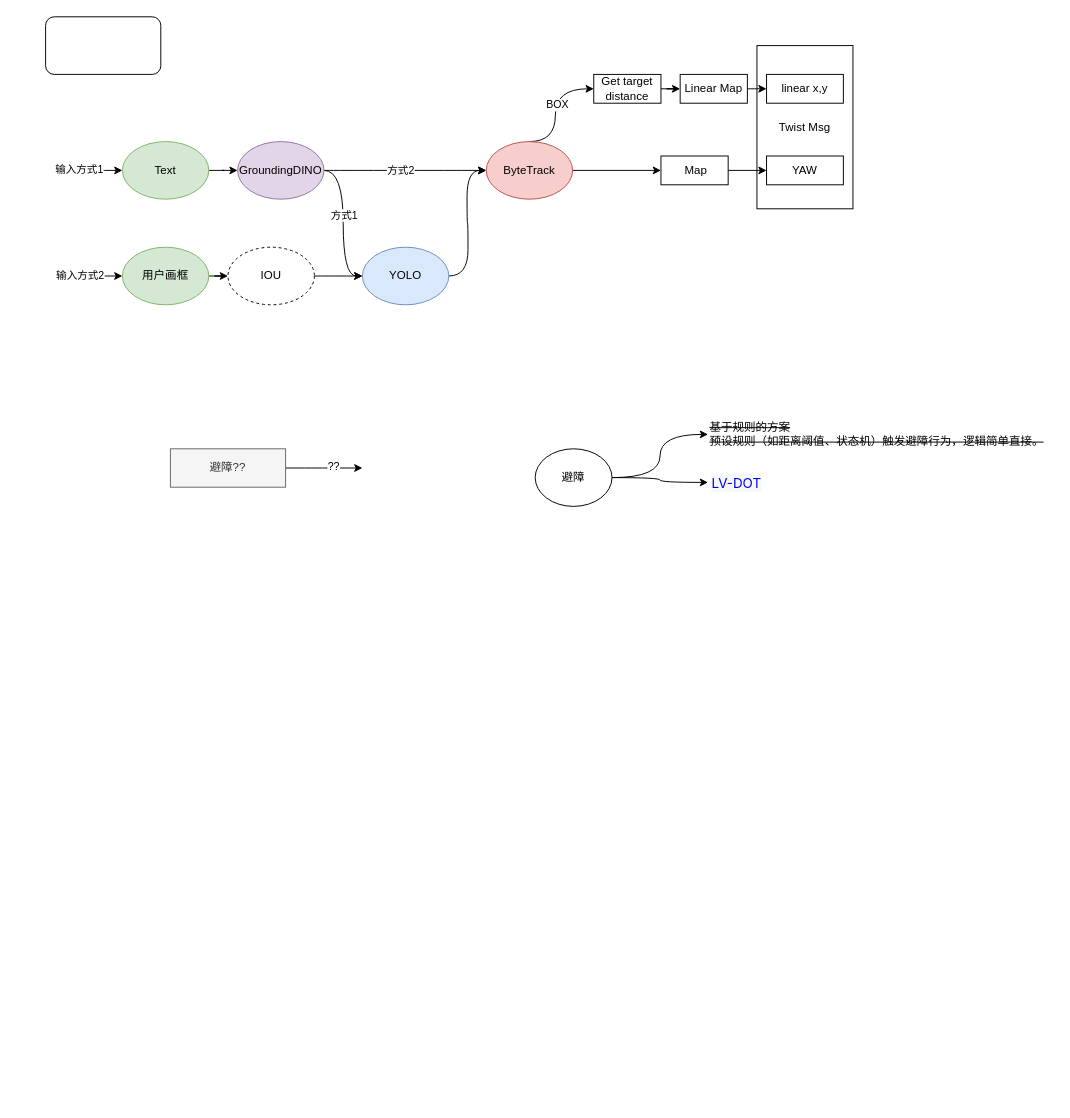
Before: LLM/经典跟踪方法.drawio in mailonghua/drawio, a draw.io diagram. Source tidied: cells renumbered, new cells numbered last; positions are measured from the earlier drawing's top-left corner, leaving out a move shared by most shapes. Both pictures are drawn from the tidied source at 96%, with x=0, y=0 at pixel (45, 16).
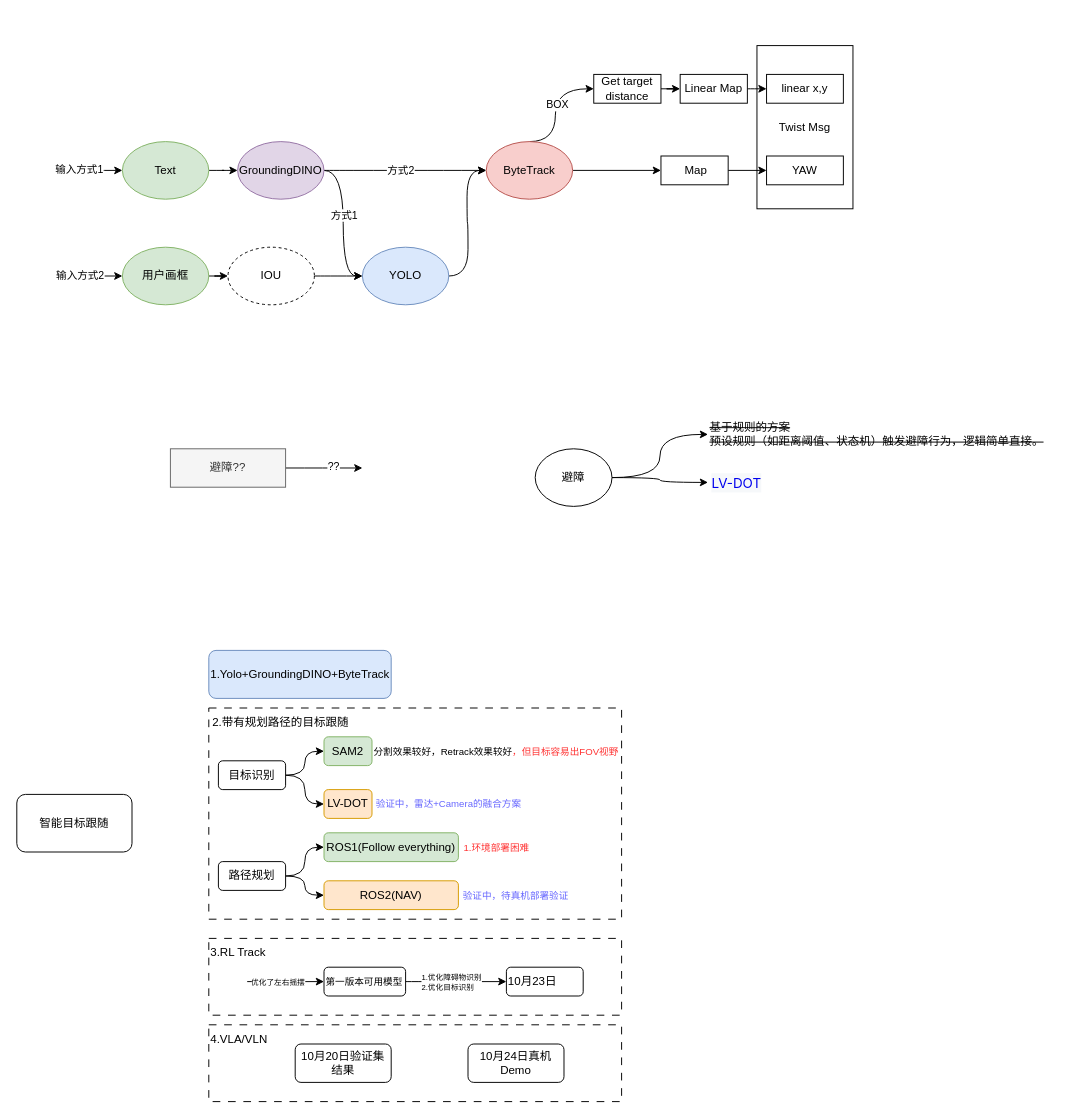
The same page after the edit.

Commit message:
更新经典跟踪方法.drawio

The edit, as a diff of the source:
```diff
@@
+    <mxCell id="41" style="rounded=0;whiteSpace=wrap;html=1;labelBackgroundColor=none;fillColor=none;dashed=1;dashPattern=8 8;strokeWidth=1;" parent="1" vertex="1">
+      <mxGeometry x="170" y="720" width="430" height="220" as="geometry" />
+    </mxCell>
@@
-    <mxCell id="40" style="rounded=1;whiteSpace=wrap;html=1;" parent="1" vertex="1">
-      <mxGeometry width="120" height="60" as="geometry" />
+    <mxCell id="40" value="智能目标跟随" style="rounded=1;whiteSpace=wrap;html=1;" parent="1" vertex="1">
+      <mxGeometry x="-30" y="810" width="120" height="60" as="geometry" />
     </mxCell>
+    <mxCell id="42" value="1.Yolo+GroundingDINO+ByteTrack" style="rounded=1;whiteSpace=wrap;html=1;align=left;fillColor=#dae8fc;strokeColor=#6c8ebf;" parent="1" vertex="1">
+      <mxGeometry x="170" y="660" width="190" height="50" as="geometry" />
+    </mxCell>
+    <mxCell id="43" value="10月23日" style="rounded=1;whiteSpace=wrap;html=1;align=left;" parent="1" vertex="1">
+      <mxGeometry x="480" y="990" width="80" height="30" as="geometry" />
+    </mxCell>
+    <mxCell id="44" value="SAM2" style="rounded=1;whiteSpace=wrap;html=1;align=center;fillColor=#d5e8d4;strokeColor=#82b366;" parent="1" vertex="1">
+      <mxGeometry x="290" y="750" width="50" height="30" as="geometry" />
+    </mxCell>
+    <mxCell id="45" style="edgeStyle=orthogonalEdgeStyle;curved=1;rounded=0;jettySize=auto;html=1;exitX=1;exitY=0.5;exitDx=0;exitDy=0;entryX=0;entryY=0.5;entryDx=0;entryDy=0;" parent="1" edge="1" source="47" target="44">
+      <mxGeometry relative="1" as="geometry" />
+    </mxCell>
+    <mxCell id="46" style="edgeStyle=orthogonalEdgeStyle;curved=1;rounded=0;jettySize=auto;html=1;exitX=1;exitY=0.5;exitDx=0;exitDy=0;entryX=0;entryY=0.5;entryDx=0;entryDy=0;" parent="1" edge="1" source="47" target="51">
+      <mxGeometry relative="1" as="geometry" />
+    </mxCell>
+    <mxCell id="47" value="目标识别" style="rounded=1;whiteSpace=wrap;html=1;" parent="1" vertex="1">
+      <mxGeometry x="180" y="775" width="70" height="30" as="geometry" />
+    </mxCell>
+    <mxCell id="48" style="edgeStyle=orthogonalEdgeStyle;curved=1;rounded=0;jettySize=auto;html=1;exitX=1;exitY=0.5;exitDx=0;exitDy=0;entryX=0;entryY=0.5;entryDx=0;entryDy=0;" parent="1" edge="1" source="50" target="52">
+      <mxGeometry relative="1" as="geometry" />
+    </mxCell>
+    <mxCell id="49" style="edgeStyle=orthogonalEdgeStyle;curved=1;rounded=0;jettySize=auto;html=1;exitX=1;exitY=0.5;exitDx=0;exitDy=0;entryX=0;entryY=0.5;entryDx=0;entryDy=0;" parent="1" edge="1" source="50" target="53">
+      <mxGeometry relative="1" as="geometry" />
+    </mxCell>
+    <mxCell id="50" value="路径规划" style="rounded=1;whiteSpace=wrap;html=1;" parent="1" vertex="1">
+      <mxGeometry x="180" y="880" width="70" height="30" as="geometry" />
+    </mxCell>
+    <mxCell id="51" value="LV-DOT" style="rounded=1;whiteSpace=wrap;html=1;align=center;fillColor=#ffe6cc;strokeColor=#d79b00;" parent="1" vertex="1">
+      <mxGeometry x="290" y="805" width="50" height="30" as="geometry" />
+    </mxCell>
+    <mxCell id="52" value="ROS1(Follow everything)" style="rounded=1;whiteSpace=wrap;html=1;align=center;fillColor=#d5e8d4;strokeColor=#82b366;" parent="1" vertex="1">
+      <mxGeometry x="290" y="850" width="140" height="30" as="geometry" />
+    </mxCell>
+    <mxCell id="53" value="ROS2(NAV)" style="rounded=1;whiteSpace=wrap;html=1;align=center;fillColor=#ffe6cc;strokeColor=#d79b00;" parent="1" vertex="1">
+      <mxGeometry x="290" y="900" width="140" height="30" as="geometry" />
+    </mxCell>
+    <mxCell id="54" value="1.环境部署困难" style="text;strokeColor=none;align=center;fillColor=none;html=1;verticalAlign=middle;whiteSpace=wrap;rounded=0;fontStyle=0;fontColor=#FF3333;fontSize=10;" parent="1" vertex="1">
+      <mxGeometry x="430" y="850" width="80" height="30" as="geometry" />
+    </mxCell>
+    <mxCell id="55" value="&lt;font style=&quot;color: rgb(0, 0, 0);&quot;&gt;分割效果较好，Retrack效果较好&lt;/font&gt;，但目标容易出FOV视野" style="text;strokeColor=none;align=left;fillColor=none;html=1;verticalAlign=middle;whiteSpace=wrap;rounded=0;fontStyle=0;fontColor=#FF3333;fontSize=10;" parent="1" vertex="1">
+      <mxGeometry x="340" y="750" width="260" height="30" as="geometry" />
+    </mxCell>
+    <mxCell id="56" value="验证中，雷达+Camera的融合方案" style="text;strokeColor=none;align=center;fillColor=none;html=1;verticalAlign=middle;whiteSpace=wrap;rounded=0;fontStyle=0;fontColor=#6666FF;fontSize=10;" parent="1" vertex="1">
+      <mxGeometry x="340" y="805" width="160" height="30" as="geometry" />
+    </mxCell>
+    <mxCell id="57" value="验证中，待真机部署验证" style="text;strokeColor=none;align=center;fillColor=none;html=1;verticalAlign=middle;whiteSpace=wrap;rounded=0;fontStyle=0;fontColor=#6666FF;fontSize=10;" parent="1" vertex="1">
+      <mxGeometry x="430" y="900" width="120" height="30" as="geometry" />
+    </mxCell>
+    <mxCell id="58" value="2.带有规划路径的目标跟随" style="text;strokeColor=none;align=center;fillColor=none;html=1;verticalAlign=middle;whiteSpace=wrap;rounded=0;" parent="1" vertex="1">
+      <mxGeometry x="170" y="720" width="150" height="30" as="geometry" />
+    </mxCell>
+    <mxCell id="59" style="edgeStyle=orthogonalEdgeStyle;curved=1;rounded=0;jettySize=auto;html=1;exitX=0;exitY=0.5;exitDx=0;exitDy=0;startArrow=classic;startFill=1;endArrow=none;endFill=0;" parent="1" edge="1" source="63">
+      <mxGeometry relative="1" as="geometry">
+        <mxPoint x="210" y="1005" as="targetPoint" />
+      </mxGeometry>
+    </mxCell>
+    <mxCell id="60" value="优化了左右摇摆" style="edgeLabel;html=1;align=center;verticalAlign=middle;fontSize=8;" parent="59" vertex="1">
+      <mxGeometry x="0.41" relative="1" as="geometry">
+        <mxPoint x="8" as="offset" />
+      </mxGeometry>
+    </mxCell>
+    <mxCell id="61" style="edgeStyle=orthogonalEdgeStyle;curved=1;rounded=0;jettySize=auto;html=1;exitX=1;exitY=0.5;exitDx=0;exitDy=0;entryX=0;entryY=0.5;entryDx=0;entryDy=0;" parent="1" edge="1" source="63" target="43">
+      <mxGeometry relative="1" as="geometry" />
+    </mxCell>
+    <mxCell id="62" value="1.优化障碍物识别&lt;br&gt;2.优化目标识别" style="edgeLabel;html=1;align=left;verticalAlign=middle;fontSize=8;" parent="61" vertex="1">
+      <mxGeometry x="-0.11" y="-1" relative="1" as="geometry">
+        <mxPoint x="-32" y="-1" as="offset" />
+      </mxGeometry>
+    </mxCell>
+    <mxCell id="63" value="第一版本可用模型" style="rounded=1;whiteSpace=wrap;html=1;align=left;fontSize=10;" parent="1" vertex="1">
+      <mxGeometry x="290" y="990" width="85" height="30" as="geometry" />
+    </mxCell>
+    <mxCell id="64" style="rounded=0;whiteSpace=wrap;html=1;labelBackgroundColor=none;fillColor=none;dashed=1;dashPattern=8 8;strokeWidth=1;" parent="1" vertex="1">
+      <mxGeometry x="170" y="960" width="430" height="80" as="geometry" />
+    </mxCell>
+    <mxCell id="65" value="3.RL Track" style="text;strokeColor=none;align=left;fillColor=none;html=1;verticalAlign=middle;whiteSpace=wrap;rounded=0;" parent="1" vertex="1">
+      <mxGeometry x="170" y="960" width="150" height="30" as="geometry" />
+    </mxCell>
+    <mxCell id="66" style="rounded=0;whiteSpace=wrap;html=1;labelBackgroundColor=none;fillColor=none;dashed=1;dashPattern=8 8;strokeWidth=1;" parent="1" vertex="1">
+      <mxGeometry x="170" y="1050" width="430" height="80" as="geometry" />
+    </mxCell>
+    <mxCell id="67" value="4.VLA/VLN" style="text;strokeColor=none;align=left;fillColor=none;html=1;verticalAlign=middle;whiteSpace=wrap;rounded=0;" parent="1" vertex="1">
+      <mxGeometry x="170" y="1050" width="150" height="30" as="geometry" />
+    </mxCell>
+    <mxCell id="68" value="10月20日验证集结果" style="rounded=1;whiteSpace=wrap;html=1;" parent="1" vertex="1">
+      <mxGeometry x="260" y="1070" width="100" height="40" as="geometry" />
+    </mxCell>
+    <mxCell id="69" value="10月24日真机Demo" style="rounded=1;whiteSpace=wrap;html=1;" parent="1" vertex="1">
+      <mxGeometry x="440" y="1070" width="100" height="40" as="geometry" />
+    </mxCell>
```
